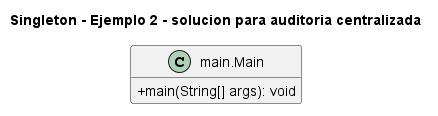
Above: 1. Creacionales/Singleton/Ejemplo 2 - solucion para auditoria centralizada/UML.png in NicoCG32/Patrones-de-Software-y-Programacion-UCN (PlantUML), before the change.
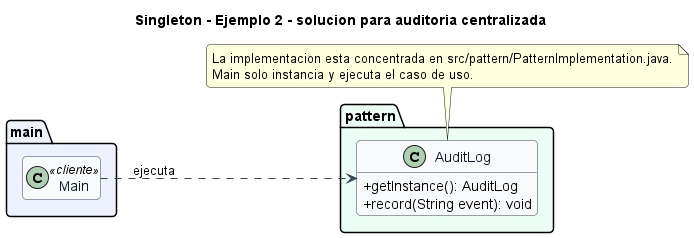
After the commit.

What changed in the source:
```diff
@@ -1,8 +1,33 @@
 @startuml
 title Singleton - Ejemplo 2 - solucion para auditoria centralizada
+left to right direction
+skinparam backgroundColor #FFFFFF
+skinparam shadowing false
+skinparam roundcorner 8
 skinparam classAttributeIconSize 0
-hide empty fields
-class "main.Main" as main_Main {
-  +main(String[] args): void
+skinparam class {
+  BackgroundColor #F8FAFC
+  BorderColor #334155
+  ArrowColor #334155
+  FontColor #0F172A
 }
+hide empty members
+
+package "main" #EEF2FF {
+  class Main <<cliente>>
+}
+
+package "pattern" #ECFDF5 {
+  class AuditLog {
+    +getInstance(): AuditLog
+    +record(String event): void
+  }
+}
+
+Main ..> AuditLog : ejecuta
+
+note bottom
+La implementacion esta concentrada en src/pattern/PatternImplementation.java.
+Main solo instancia y ejecuta el caso de uso.
+end note
 @enduml
```
